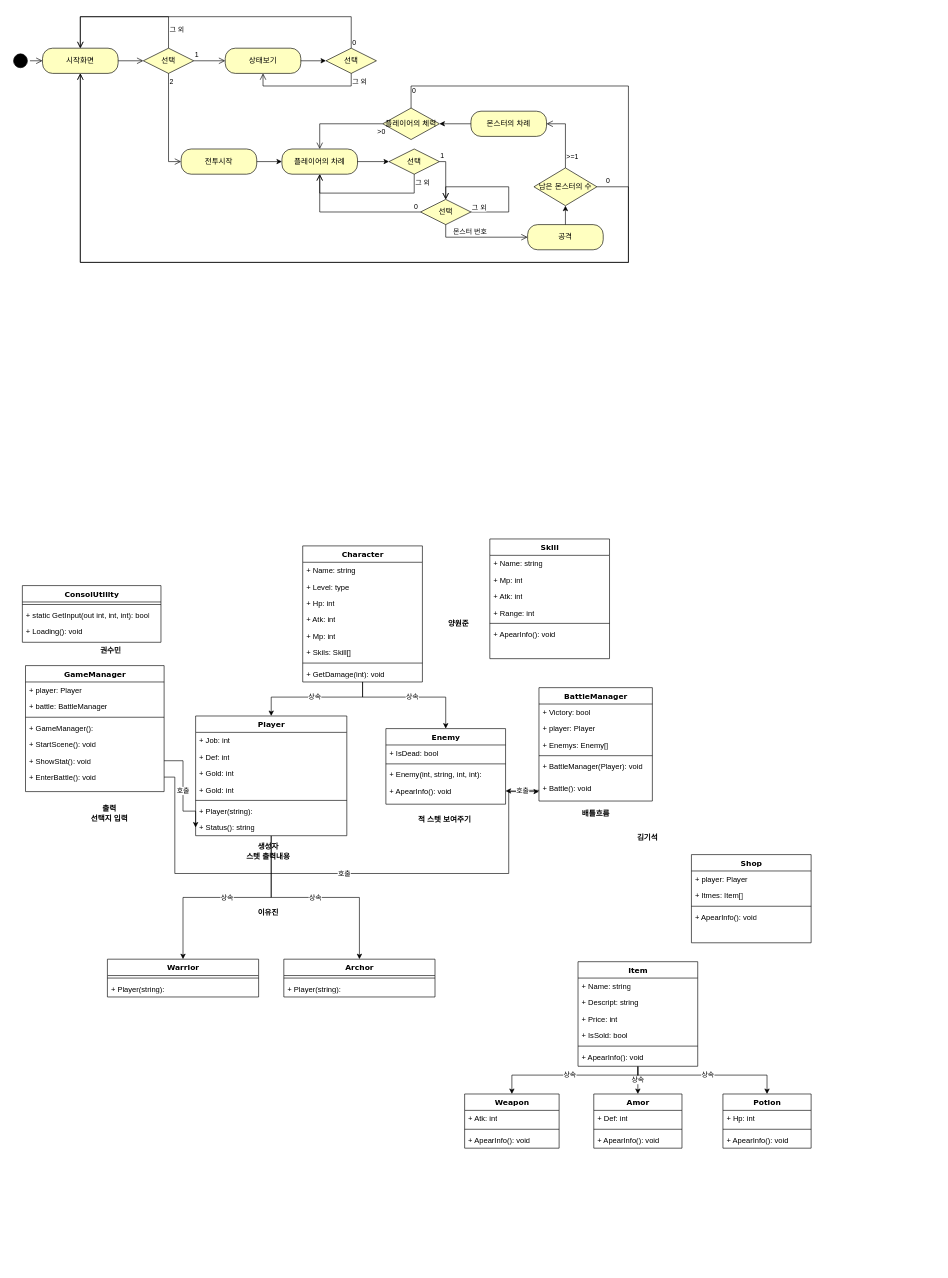
Above: Class.drawio in Kim-giseok/TxtRPG2 (draw.io), before the change. Source tidied: cells renumbered, new cells numbered last; positions are measured from the earlier drawing's top-left corner, leaving out a move shared by most shapes. Both pictures are drawn from the tidied source at 63%, with x=0, y=0 at pixel (11, 16).
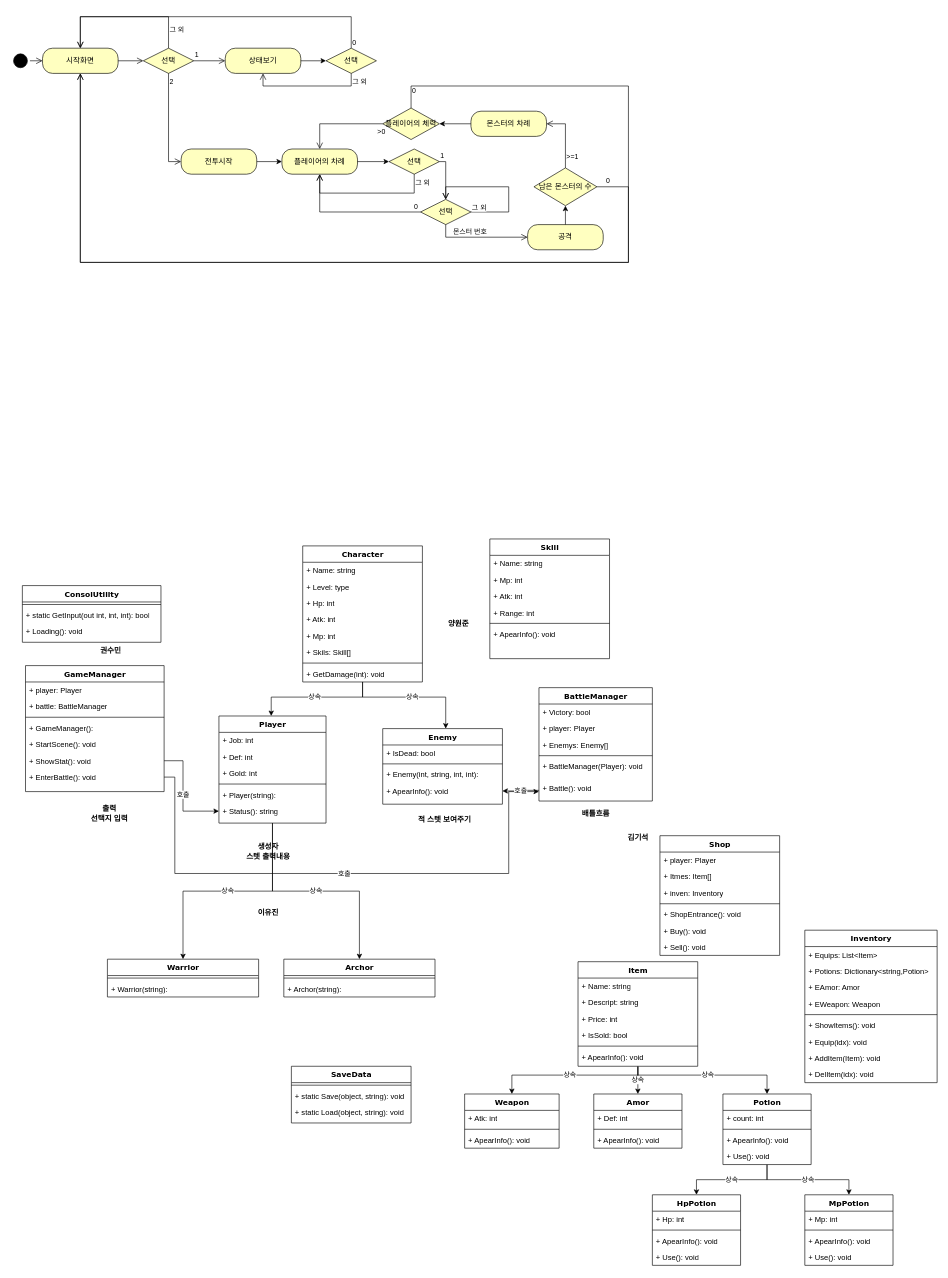
Above is the later version.

Unchanged cells that the change refers to:
```xml
<mxCell id="92" value="Warrior" style="swimlane;html=1;fontStyle=1;align=center;verticalAlign=top;horizontal=1;startSize=26;swimlaneFillColor=#ffffff;rounded=0;shadow=0;comic=0;labelBackgroundColor=none;strokeWidth=1;fillColor=none;fontFamily=Verdana;fontSize=12;" parent="1" vertex="1">
  <mxGeometry x="153" y="1496" width="240" height="60" as="geometry" />
</mxCell>
<mxCell id="95" value="Archor" style="swimlane;html=1;fontStyle=1;align=center;verticalAlign=top;horizontal=1;startSize=26;swimlaneFillColor=#ffffff;rounded=0;shadow=0;comic=0;labelBackgroundColor=none;strokeWidth=1;fillColor=none;fontFamily=Verdana;fontSize=12;" parent="1" vertex="1">
  <mxGeometry x="433" y="1496" width="240" height="60" as="geometry" />
</mxCell>
```

Diff of the diagram source:
```diff
@@
     <mxCell id="46" value="Player" style="swimlane;html=1;fontStyle=1;align=center;verticalAlign=top;horizontal=1;startSize=26;swimlaneFillColor=#ffffff;rounded=0;shadow=0;comic=0;labelBackgroundColor=none;strokeWidth=1;fillColor=none;fontFamily=Verdana;fontSize=12;" parent="1" vertex="1">
-      <mxGeometry x="293" y="1110" width="240" height="190" as="geometry" />
+      <mxGeometry x="330" y="1110" width="170" height="170" as="geometry" />
     </mxCell>
     <mxCell id="47" value="+ Job: int" style="text;html=1;strokeColor=none;fillColor=none;align=left;verticalAlign=top;spacingLeft=4;spacingRight=4;whiteSpace=wrap;overflow=hidden;" parent="46" vertex="1">
-      <mxGeometry y="26" width="240" height="26" as="geometry" />
+      <mxGeometry y="26" width="170" height="26" as="geometry" />
     </mxCell>
     <mxCell id="48" value="+ Def: int" style="text;html=1;strokeColor=none;fillColor=none;align=left;verticalAlign=top;spacingLeft=4;spacingRight=4;whiteSpace=wrap;overflow=hidden;" parent="46" vertex="1">
-      <mxGeometry y="52" width="240" height="26" as="geometry" />
+      <mxGeometry y="52" width="170" height="26" as="geometry" />
     </mxCell>
     <mxCell id="49" value="+ Gold: int" style="text;html=1;strokeColor=none;fillColor=none;align=left;verticalAlign=top;spacingLeft=4;spacingRight=4;whiteSpace=wrap;overflow=hidden;" parent="46" vertex="1">
-      <mxGeometry y="78" width="240" height="26" as="geometry" />
+      <mxGeometry y="78" width="170" height="26" as="geometry" />
     </mxCell>
-    <mxCell id="50" value="+ Gold: int" style="text;html=1;strokeColor=none;fillColor=none;align=left;verticalAlign=top;spacingLeft=4;spacingRight=4;whiteSpace=wrap;overflow=hidden;" parent="46" vertex="1">
-      <mxGeometry y="104" width="240" height="26" as="geometry" />
-    </mxCell>
     <mxCell id="51" style="line;html=1;strokeWidth=1;fillColor=none;align=left;verticalAlign=middle;spacingTop=-1;spacingLeft=3;spacingRight=3;labelPosition=right;" parent="46" vertex="1">
-      <mxGeometry y="130" width="240" height="8" as="geometry" />
+      <mxGeometry y="104" width="170" height="8" as="geometry" />
     </mxCell>
     <mxCell id="52" value="+ Player(string):&amp;nbsp;" style="text;html=1;strokeColor=none;fillColor=none;align=left;verticalAlign=top;spacingLeft=4;spacingRight=4;whiteSpace=wrap;overflow=hidden;" parent="46" vertex="1">
-      <mxGeometry y="138" width="240" height="26" as="geometry" />
+      <mxGeometry y="112" width="170" height="26" as="geometry" />
     </mxCell>
     <mxCell id="53" value="+ Status(): string" style="text;html=1;strokeColor=none;fillColor=none;align=left;verticalAlign=top;spacingLeft=4;spacingRight=4;whiteSpace=wrap;overflow=hidden;points=[[0,0.5],[1,0.5]];portConstraint=eastwest;" parent="46" vertex="1">
-      <mxGeometry y="164" width="240" height="26" as="geometry" />
+      <mxGeometry y="138" width="170" height="26" as="geometry" />
     </mxCell>
     <mxCell id="54" value="Enemy" style="swimlane;html=1;fontStyle=1;align=center;verticalAlign=top;horizontal=1;startSize=26;swimlaneFillColor=#ffffff;rounded=0;shadow=0;comic=0;labelBackgroundColor=none;strokeWidth=1;fillColor=none;fontFamily=Verdana;fontSize=12;" parent="1" vertex="1">
-      <mxGeometry x="595" y="1130" width="190" height="120" as="geometry" />
+      <mxGeometry x="590" y="1130" width="190" height="120" as="geometry" />
     </mxCell>
@@
     <mxCell id="70" value="김기석" style="text;align=center;fontStyle=1;verticalAlign=middle;spacingLeft=3;spacingRight=3;strokeColor=none;html=1;" parent="1" vertex="1">
-      <mxGeometry x="970" y="1290" width="80" height="26" as="geometry" />
+      <mxGeometry x="955" y="1290" width="80" height="26" as="geometry" />
     </mxCell>
@@
-    <mxCell id="94" value="+ Player(string):&amp;nbsp;" style="text;html=1;strokeColor=none;fillColor=none;align=left;verticalAlign=top;spacingLeft=4;spacingRight=4;whiteSpace=wrap;overflow=hidden;" parent="92" vertex="1">
+    <mxCell id="94" value="+ Warrior(string):&amp;nbsp;" style="text;html=1;strokeColor=none;fillColor=none;align=left;verticalAlign=top;spacingLeft=4;spacingRight=4;whiteSpace=wrap;overflow=hidden;" parent="92" vertex="1">
       <mxGeometry y="34" width="240" height="26" as="geometry" />
     </mxCell>
@@
-    <mxCell id="97" value="+ Player(string):&amp;nbsp;" style="text;html=1;strokeColor=none;fillColor=none;align=left;verticalAlign=top;spacingLeft=4;spacingRight=4;whiteSpace=wrap;overflow=hidden;" parent="95" vertex="1">
+    <mxCell id="97" value="+ Archor(string):&amp;nbsp;" style="text;html=1;strokeColor=none;fillColor=none;align=left;verticalAlign=top;spacingLeft=4;spacingRight=4;whiteSpace=wrap;overflow=hidden;" parent="95" vertex="1">
       <mxGeometry y="34" width="240" height="26" as="geometry" />
     </mxCell>
@@
+    <mxCell id="132" value="상속" style="edgeStyle=orthogonalEdgeStyle;rounded=0;jettySize=auto;html=1;" parent="1" edge="1" source="119" target="148">
+      <mxGeometry relative="1" as="geometry" />
+    </mxCell>
+    <mxCell id="133" value="상속" style="edgeStyle=orthogonalEdgeStyle;rounded=0;jettySize=auto;html=1;" parent="1" edge="1" source="119" target="153">
+      <mxGeometry relative="1" as="geometry" />
+    </mxCell>
     <mxCell id="119" value="Potion" style="swimlane;html=1;fontStyle=1;align=center;verticalAlign=top;horizontal=1;startSize=26;swimlaneFillColor=#ffffff;rounded=0;shadow=0;comic=0;labelBackgroundColor=none;strokeWidth=1;fillColor=none;fontFamily=Verdana;fontSize=12;" parent="1" vertex="1">
-      <mxGeometry x="1130" y="1710" width="140" height="86" as="geometry" />
+      <mxGeometry x="1130" y="1710" width="140" height="112" as="geometry" />
     </mxCell>
-    <mxCell id="120" value="+ Hp: int" style="text;html=1;strokeColor=none;fillColor=none;align=left;verticalAlign=top;spacingLeft=4;spacingRight=4;whiteSpace=wrap;overflow=hidden;" parent="119" vertex="1">
+    <mxCell id="120" value="+ count: int" style="text;html=1;strokeColor=none;fillColor=none;align=left;verticalAlign=top;spacingLeft=4;spacingRight=4;whiteSpace=wrap;overflow=hidden;" parent="119" vertex="1">
       <mxGeometry y="26" width="140" height="26" as="geometry" />
     </mxCell>
@@
+    <mxCell id="134" value="+ Use(): void" style="text;html=1;strokeColor=none;fillColor=none;align=left;verticalAlign=top;spacingLeft=4;spacingRight=4;whiteSpace=wrap;overflow=hidden;" parent="119" vertex="1">
+      <mxGeometry y="86" width="140" height="26" as="geometry" />
+    </mxCell>
     <mxCell id="123" value="Shop" style="swimlane;html=1;fontStyle=1;align=center;verticalAlign=top;horizontal=1;startSize=26;swimlaneFillColor=#ffffff;rounded=0;shadow=0;comic=0;labelBackgroundColor=none;strokeWidth=1;fillColor=none;fontFamily=Verdana;fontSize=12;" parent="1" vertex="1">
-      <mxGeometry x="1080" y="1330" width="190" height="140" as="geometry" />
+      <mxGeometry x="1030" y="1300" width="190" height="190" as="geometry" />
     </mxCell>
@@
+    <mxCell id="135" value="+ inven: Inventory" style="text;html=1;strokeColor=none;fillColor=none;align=left;verticalAlign=top;spacingLeft=4;spacingRight=4;whiteSpace=wrap;overflow=hidden;" parent="123" vertex="1">
+      <mxGeometry y="78" width="190" height="26" as="geometry" />
+    </mxCell>
     <mxCell id="126" style="line;html=1;strokeWidth=1;fillColor=none;align=left;verticalAlign=middle;spacingTop=-1;spacingLeft=3;spacingRight=3;labelPosition=right;" parent="123" vertex="1">
-      <mxGeometry y="78" width="190" height="8" as="geometry" />
+      <mxGeometry y="104" width="190" height="8" as="geometry" />
     </mxCell>
-    <mxCell id="127" value="+ ApearInfo(): void" style="text;html=1;strokeColor=none;fillColor=none;align=left;verticalAlign=top;spacingLeft=4;spacingRight=4;whiteSpace=wrap;overflow=hidden;" parent="123" vertex="1">
-      <mxGeometry y="86" width="190" height="26" as="geometry" />
+    <mxCell id="127" value="+ ShopEntrance(): void" style="text;html=1;strokeColor=none;fillColor=none;align=left;verticalAlign=top;spacingLeft=4;spacingRight=4;whiteSpace=wrap;overflow=hidden;" parent="123" vertex="1">
+      <mxGeometry y="112" width="190" height="26" as="geometry" />
     </mxCell>
+    <mxCell id="136" value="+ Buy(): void" style="text;html=1;strokeColor=none;fillColor=none;align=left;verticalAlign=top;spacingLeft=4;spacingRight=4;whiteSpace=wrap;overflow=hidden;" parent="123" vertex="1">
+      <mxGeometry y="138" width="190" height="26" as="geometry" />
+    </mxCell>
+    <mxCell id="137" value="+ Sell(): void" style="text;html=1;strokeColor=none;fillColor=none;align=left;verticalAlign=top;spacingLeft=4;spacingRight=4;whiteSpace=wrap;overflow=hidden;" parent="123" vertex="1">
+      <mxGeometry y="164" width="190" height="26" as="geometry" />
+    </mxCell>
@@
+    <mxCell id="138" value="Inventory" style="swimlane;html=1;fontStyle=1;align=center;verticalAlign=top;horizontal=1;startSize=26;swimlaneFillColor=#ffffff;rounded=0;shadow=0;comic=0;labelBackgroundColor=none;strokeWidth=1;fillColor=none;fontFamily=Verdana;fontSize=12;" parent="1" vertex="1">
+      <mxGeometry x="1260" y="1450" width="210" height="242" as="geometry" />
+    </mxCell>
+    <mxCell id="139" value="+ Equips: List&amp;lt;Item&amp;gt;" style="text;html=1;strokeColor=none;fillColor=none;align=left;verticalAlign=top;spacingLeft=4;spacingRight=4;whiteSpace=wrap;overflow=hidden;" parent="138" vertex="1">
+      <mxGeometry y="26" width="210" height="26" as="geometry" />
+    </mxCell>
+    <mxCell id="140" value="+ Potions: Dictionary&amp;lt;string,Potion&amp;gt;" style="text;html=1;strokeColor=none;fillColor=none;align=left;verticalAlign=top;spacingLeft=4;spacingRight=4;whiteSpace=wrap;overflow=hidden;" parent="138" vertex="1">
+      <mxGeometry y="52" width="210" height="26" as="geometry" />
+    </mxCell>
+    <mxCell id="141" value="+ EAmor: Amor" style="text;html=1;strokeColor=none;fillColor=none;align=left;verticalAlign=top;spacingLeft=4;spacingRight=4;whiteSpace=wrap;overflow=hidden;" parent="138" vertex="1">
+      <mxGeometry y="78" width="210" height="26" as="geometry" />
+    </mxCell>
+    <mxCell id="142" value="+ EWeapon: Weapon" style="text;html=1;strokeColor=none;fillColor=none;align=left;verticalAlign=top;spacingLeft=4;spacingRight=4;whiteSpace=wrap;overflow=hidden;" parent="138" vertex="1">
+      <mxGeometry y="104" width="210" height="26" as="geometry" />
+    </mxCell>
+    <mxCell id="143" style="line;html=1;strokeWidth=1;fillColor=none;align=left;verticalAlign=middle;spacingTop=-1;spacingLeft=3;spacingRight=3;labelPosition=right;" parent="138" vertex="1">
+      <mxGeometry y="130" width="210" height="8" as="geometry" />
+    </mxCell>
+    <mxCell id="144" value="+ ShowItems(): void" style="text;html=1;strokeColor=none;fillColor=none;align=left;verticalAlign=top;spacingLeft=4;spacingRight=4;whiteSpace=wrap;overflow=hidden;" parent="138" vertex="1">
+      <mxGeometry y="138" width="210" height="26" as="geometry" />
+    </mxCell>
+    <mxCell id="145" value="+ Equip(idx): void" style="text;html=1;strokeColor=none;fillColor=none;align=left;verticalAlign=top;spacingLeft=4;spacingRight=4;whiteSpace=wrap;overflow=hidden;" parent="138" vertex="1">
+      <mxGeometry y="164" width="210" height="26" as="geometry" />
+    </mxCell>
+    <mxCell id="146" value="+ AddItem(Item): void" style="text;html=1;strokeColor=none;fillColor=none;align=left;verticalAlign=top;spacingLeft=4;spacingRight=4;whiteSpace=wrap;overflow=hidden;" parent="138" vertex="1">
+      <mxGeometry y="190" width="210" height="26" as="geometry" />
+    </mxCell>
+    <mxCell id="147" value="+ DelItem(idx): void" style="text;html=1;strokeColor=none;fillColor=none;align=left;verticalAlign=top;spacingLeft=4;spacingRight=4;whiteSpace=wrap;overflow=hidden;" parent="138" vertex="1">
+      <mxGeometry y="216" width="210" height="26" as="geometry" />
+    </mxCell>
+    <mxCell id="148" value="HpPotion" style="swimlane;html=1;fontStyle=1;align=center;verticalAlign=top;horizontal=1;startSize=26;swimlaneFillColor=#ffffff;rounded=0;shadow=0;comic=0;labelBackgroundColor=none;strokeWidth=1;fillColor=none;fontFamily=Verdana;fontSize=12;" parent="1" vertex="1">
+      <mxGeometry x="1018" y="1870" width="140" height="112" as="geometry" />
+    </mxCell>
+    <mxCell id="149" value="+ Hp: int" style="text;html=1;strokeColor=none;fillColor=none;align=left;verticalAlign=top;spacingLeft=4;spacingRight=4;whiteSpace=wrap;overflow=hidden;" parent="148" vertex="1">
+      <mxGeometry y="26" width="140" height="26" as="geometry" />
+    </mxCell>
+    <mxCell id="150" style="line;html=1;strokeWidth=1;fillColor=none;align=left;verticalAlign=middle;spacingTop=-1;spacingLeft=3;spacingRight=3;labelPosition=right;" parent="148" vertex="1">
+      <mxGeometry y="52" width="140" height="8" as="geometry" />
+    </mxCell>
+    <mxCell id="151" value="+ ApearInfo(): void" style="text;html=1;strokeColor=none;fillColor=none;align=left;verticalAlign=top;spacingLeft=4;spacingRight=4;whiteSpace=wrap;overflow=hidden;" parent="148" vertex="1">
+      <mxGeometry y="60" width="140" height="26" as="geometry" />
+    </mxCell>
+    <mxCell id="152" value="+ Use(): void" style="text;html=1;strokeColor=none;fillColor=none;align=left;verticalAlign=top;spacingLeft=4;spacingRight=4;whiteSpace=wrap;overflow=hidden;" parent="148" vertex="1">
+      <mxGeometry y="86" width="140" height="26" as="geometry" />
+    </mxCell>
+    <mxCell id="153" value="MpPotion" style="swimlane;html=1;fontStyle=1;align=center;verticalAlign=top;horizontal=1;startSize=26;swimlaneFillColor=#ffffff;rounded=0;shadow=0;comic=0;labelBackgroundColor=none;strokeWidth=1;fillColor=none;fontFamily=Verdana;fontSize=12;" parent="1" vertex="1">
+      <mxGeometry x="1260" y="1870" width="140" height="112" as="geometry" />
+    </mxCell>
+    <mxCell id="154" value="+ Mp: int" style="text;html=1;strokeColor=none;fillColor=none;align=left;verticalAlign=top;spacingLeft=4;spacingRight=4;whiteSpace=wrap;overflow=hidden;" parent="153" vertex="1">
+      <mxGeometry y="26" width="140" height="26" as="geometry" />
+    </mxCell>
+    <mxCell id="155" style="line;html=1;strokeWidth=1;fillColor=none;align=left;verticalAlign=middle;spacingTop=-1;spacingLeft=3;spacingRight=3;labelPosition=right;" parent="153" vertex="1">
+      <mxGeometry y="52" width="140" height="8" as="geometry" />
+    </mxCell>
+    <mxCell id="156" value="+ ApearInfo(): void" style="text;html=1;strokeColor=none;fillColor=none;align=left;verticalAlign=top;spacingLeft=4;spacingRight=4;whiteSpace=wrap;overflow=hidden;" parent="153" vertex="1">
+      <mxGeometry y="60" width="140" height="26" as="geometry" />
+    </mxCell>
+    <mxCell id="157" value="+ Use(): void" style="text;html=1;strokeColor=none;fillColor=none;align=left;verticalAlign=top;spacingLeft=4;spacingRight=4;whiteSpace=wrap;overflow=hidden;" parent="153" vertex="1">
+      <mxGeometry y="86" width="140" height="26" as="geometry" />
+    </mxCell>
+    <mxCell id="158" value="SaveData" style="swimlane;html=1;fontStyle=1;align=center;verticalAlign=top;horizontal=1;startSize=26;swimlaneFillColor=#ffffff;rounded=0;shadow=0;comic=0;labelBackgroundColor=none;strokeWidth=1;fillColor=none;fontFamily=Verdana;fontSize=12;" parent="1" vertex="1">
+      <mxGeometry x="445" y="1666" width="190" height="90" as="geometry" />
+    </mxCell>
+    <mxCell id="159" style="line;html=1;strokeWidth=1;fillColor=none;align=left;verticalAlign=middle;spacingTop=-1;spacingLeft=3;spacingRight=3;labelPosition=right;" parent="158" vertex="1">
+      <mxGeometry y="26" width="190" height="8" as="geometry" />
+    </mxCell>
+    <mxCell id="160" value="+ static Save(object, string): void" style="text;html=1;strokeColor=none;fillColor=none;align=left;verticalAlign=top;spacingLeft=4;spacingRight=4;whiteSpace=wrap;overflow=hidden;" parent="158" vertex="1">
+      <mxGeometry y="34" width="190" height="26" as="geometry" />
+    </mxCell>
+    <mxCell id="161" value="+ static Load(object, string): void" style="text;html=1;strokeColor=none;fillColor=none;align=left;verticalAlign=top;spacingLeft=4;spacingRight=4;whiteSpace=wrap;overflow=hidden;" parent="158" vertex="1">
+      <mxGeometry y="60" width="190" height="26" as="geometry" />
+    </mxCell>
```
